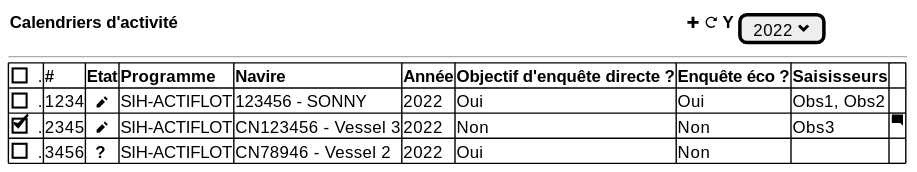
sumaris-net/sumaris-doc keeps this PlantUML diagram as projects/activity-calendar/spe/images/activity-calendar-table.svg. Above is the earlier version.
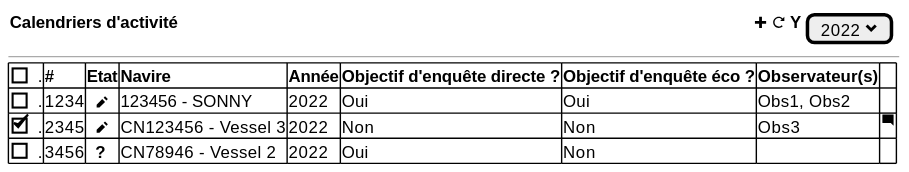
Later version of the same file.

Diff of the diagram source:
```diff
@@ -1,13 +1,13 @@
 @startsalt
 {
-  {<b>Calendriers d'activité                                                                                                                         <&plus> <&reload> Y {[2022 <&chevron-bottom>]}}
+  {<b>Calendriers d'activité                                                                                                                                         <&plus> <&reload> Y {[2022 <&chevron-bottom>]}}
   --
 	{#
 
-     [ ]. | <b># | <b>Etat | <b>Programme | <b>Navire   | <b>Année | <b>Objectif d'enquête directe ? | <b>Enquête éco ?|<b>Saisisseurs | .
-     [ ]. | 1234 | <b>  <&pencil> | SIH-ACTIFLOT | 123456 - SONNY | 2022 | Oui | Oui | Obs1, Obs2 | .
-     [X]. | 2345 | <b>  <&pencil> | SIH-ACTIFLOT | CN123456 - Vessel 3 | 2022 | Non | Non | Obs3 | <&comment-square>
-     [ ]. | 3456 | <b>  ? | SIH-ACTIFLOT | CN78946 - Vessel 2 | 2022 | Oui | Non | .
+     [ ]. | <b># | <b>Etat | <b>Navire   | <b>Année | <b>Objectif d'enquête directe ? | <b>Objectif d'enquête éco ?|<b>Observateur(s) | .
+     [ ]. | 1234 | <b>  <&pencil> | 123456 - SONNY | 2022 | Oui | Oui | Obs1, Obs2 | .
+     [X]. | 2345 | <b>  <&pencil> | CN123456 - Vessel 3 | 2022 | Non | Non | Obs3 | <&comment-square>
+     [ ]. | 3456 | <b>  ? | CN78946 - Vessel 2 | 2022 | Oui | Non | .
     }
 
 }
```
